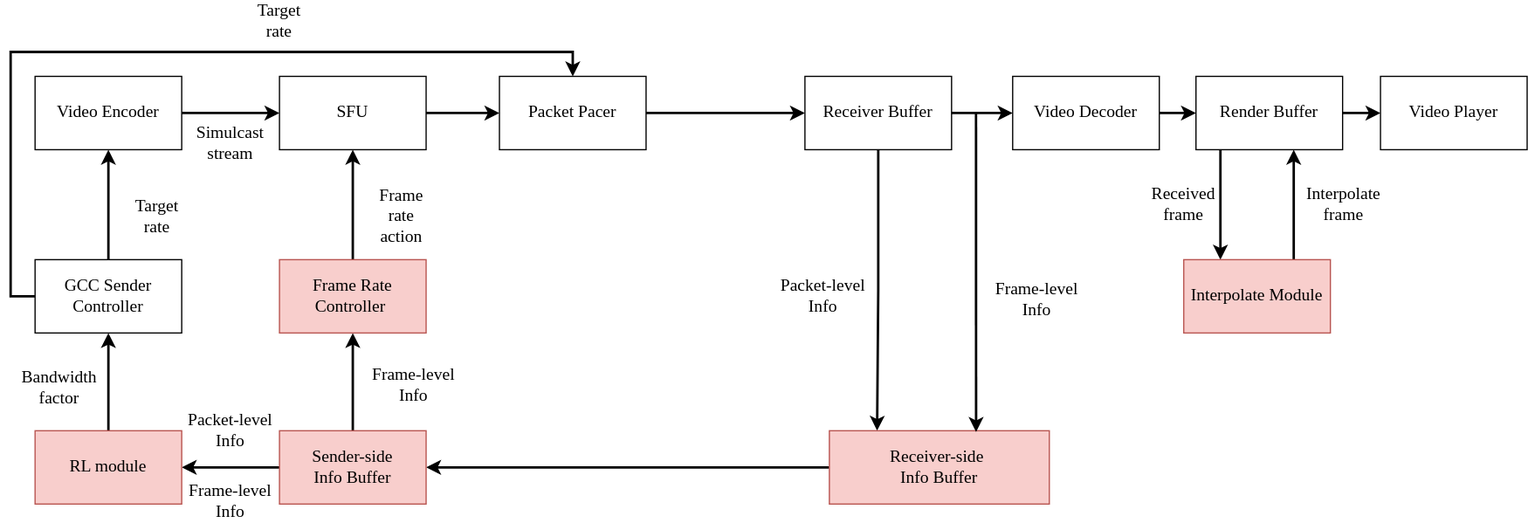
The draw.io diagram system.drawio.svg in xiaosayin/c-educoder, before a commit. Source tidied: cells renumbered, new cells last; positions are measured from the earlier drawing's top-left corner, leaving out a move shared by most shapes.
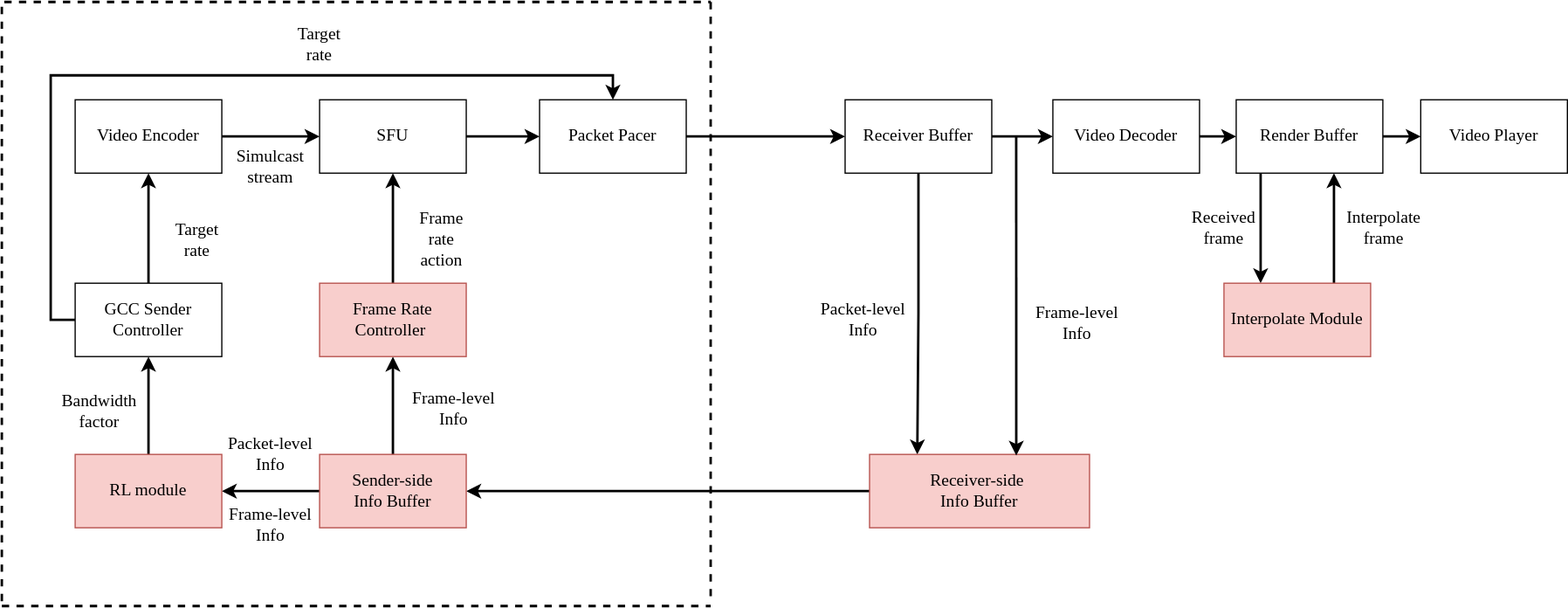
Above is the later version.

Change to the diagram source:
```diff
@@ -145,5 +145,26 @@
     <mxCell id="43" value="&lt;font face=&quot;Times New Roman&quot; style=&quot;font-size: 14px;&quot;&gt;Frame rate action&lt;/font&gt;" style="text;html=1;strokeColor=none;fillColor=none;align=center;verticalAlign=middle;whiteSpace=wrap;rounded=0;strokeWidth=5;" parent="1" vertex="1">
       <mxGeometry x="280" y="160" width="60" height="30" as="geometry" />
     </mxCell>
+    <mxCell id="44" style="endArrow=none;dashed=1;html=1;rounded=0;strokeWidth=2;fontFamily=Times New Roman;fontSize=14;" parent="1" edge="1">
+      <mxGeometry relative="1" as="geometry">
+        <mxPoint x="-50" y="470" as="sourcePoint" />
+        <mxPoint x="530" y="-20" as="targetPoint" />
+        <Array as="points">
+          <mxPoint x="-50" y="-20" />
+        </Array>
+      </mxGeometry>
+    </mxCell>
+    <mxCell id="45" style="endArrow=none;dashed=1;html=1;rounded=0;strokeWidth=2;fontFamily=Times New Roman;fontSize=14;" parent="1" edge="1">
+      <mxGeometry relative="1" as="geometry">
+        <mxPoint x="-50" y="474" as="sourcePoint" />
+        <mxPoint x="530" y="474" as="targetPoint" />
+      </mxGeometry>
+    </mxCell>
+    <mxCell id="46" style="endArrow=none;dashed=1;html=1;rounded=0;strokeWidth=2;fontFamily=Times New Roman;fontSize=14;" parent="1" edge="1">
+      <mxGeometry relative="1" as="geometry">
+        <mxPoint x="530" y="-20" as="sourcePoint" />
+        <mxPoint x="530" y="470" as="targetPoint" />
+      </mxGeometry>
+    </mxCell>
   </root>
 </mxGraphModel>
```
